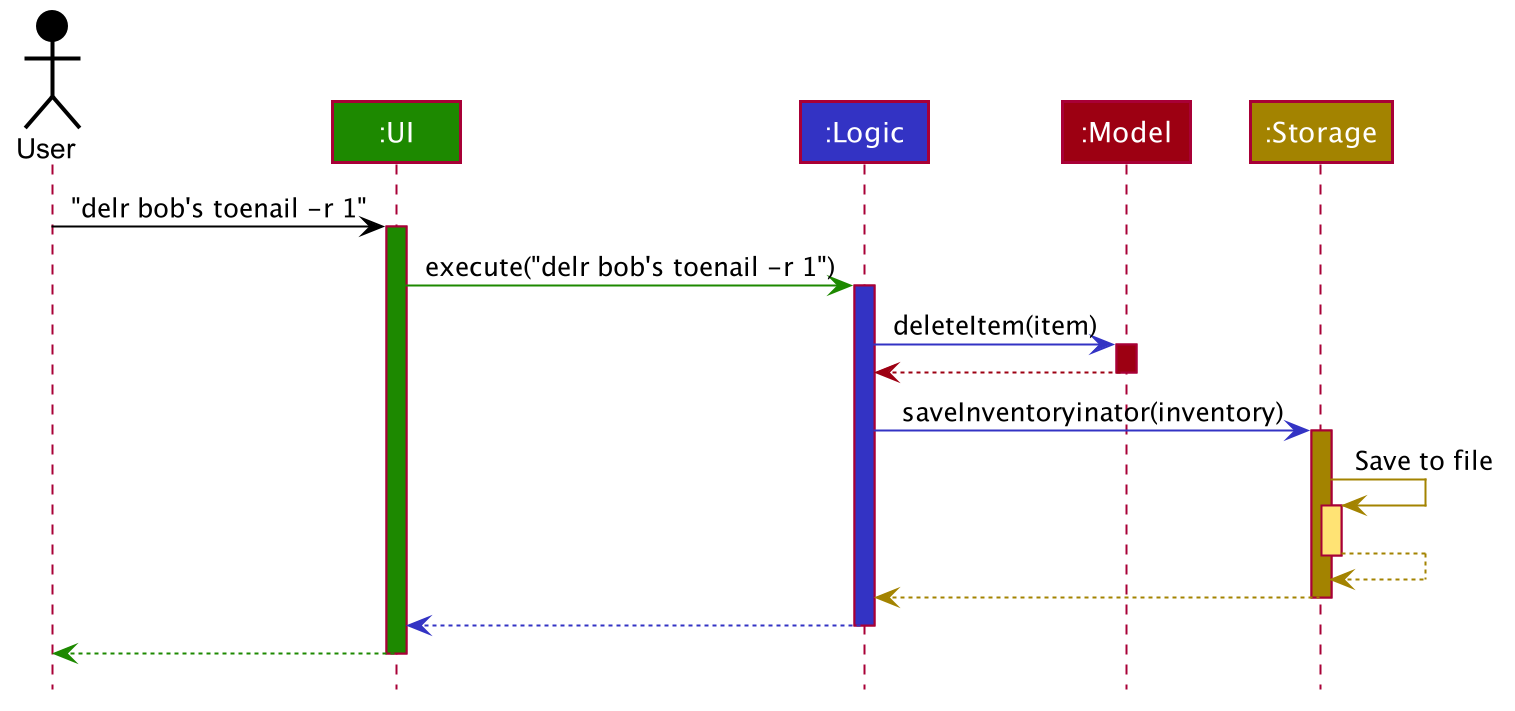
Above: docs/images/commandseqdiagrams/ArchitectureSequenceDiagram.png in nus-cs2103-AY2021S1/tp (PlantUML), before the change.
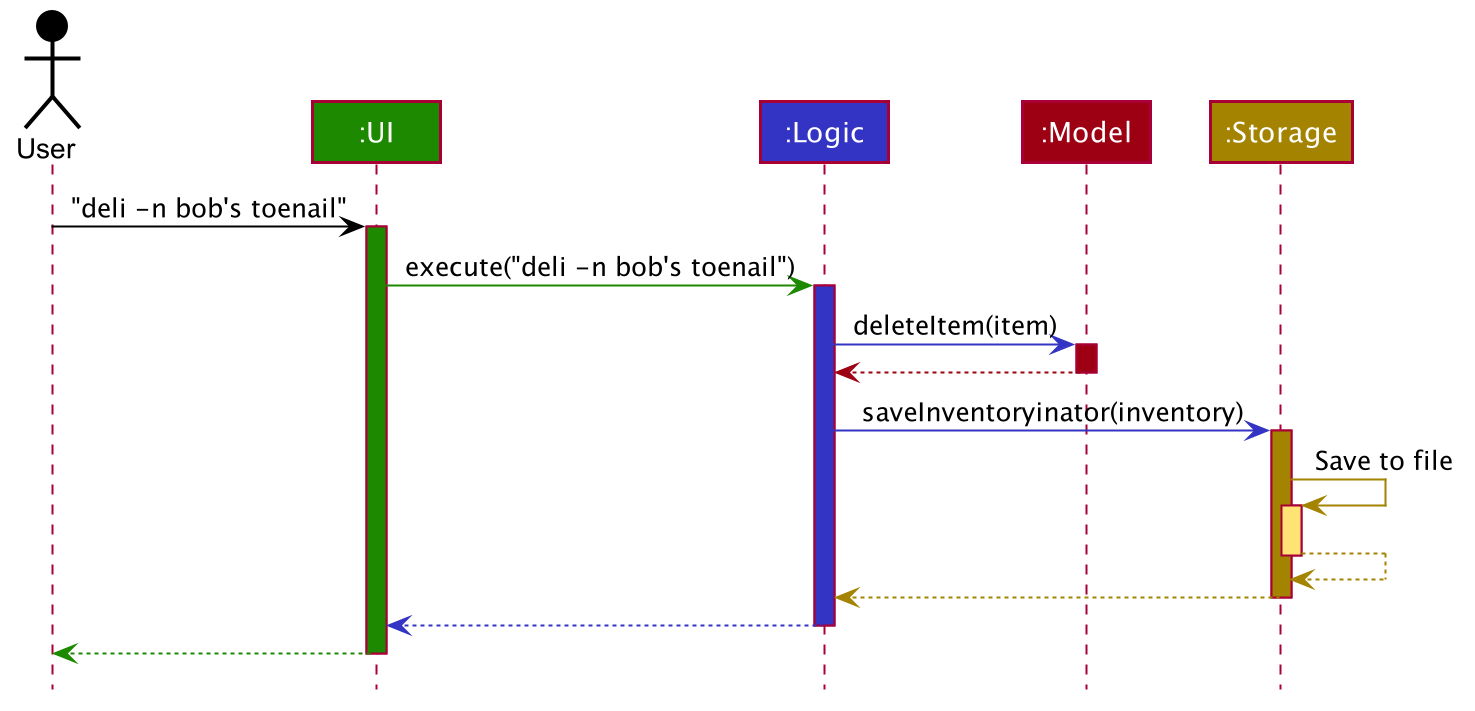
The same diagram one commit later.

The edit, as a diff of the source:
```diff
@@ -54,10 +54,10 @@
 Participant ":Model" as model #9D0012
 Participant ":Storage" as storage #A38300
 
-user -[#000000]> ui : "delr bob's toenail -r 1"
+user -[#000000]> ui : "deli -n bob's toenail"
 activate ui #1D8900
 
-ui -[#1D8900]> logic : execute("delr bob's toenail -r 1")
+ui -[#1D8900]> logic : execute("deli -n bob's toenail")
 activate logic #3333C4
 
 logic -[#3333C4]> model : deleteItem(item)
```
